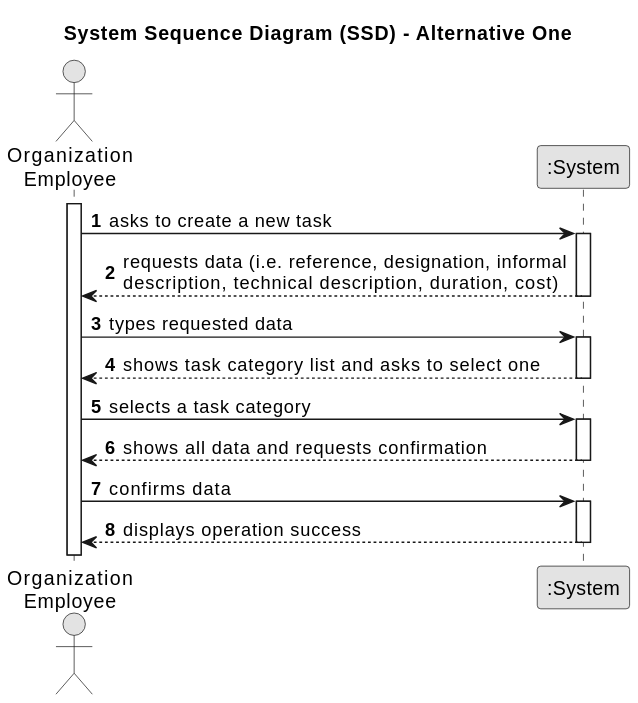
This is docs/sprintA&B/us011/01.requirements-engineering/svg/us011-system-sequence-diagram-alternative-one.svg from daniel41silva05/ISEP_2023_2024_LAPR2, a PlantUML export, as it was before one commit.
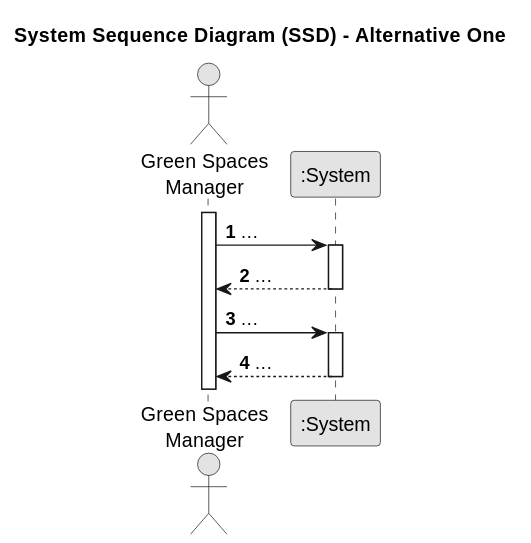
The same diagram one commit later.

What changed in the source:
```diff
@@ -7,32 +7,20 @@
 
 autonumber
 
-actor "Organization\nEmployee" as Employee
+actor "Green Spaces\nManager" as GSM
 participant ":System" as System
 
-activate Employee
+activate GSM
 
-    Employee -> System : asks to create a new task
+    GSM -> System : ...
     activate System
 
-        System --> Employee : requests data (i.e. reference, designation, informal\ndescription, technical description, duration, cost)
+        System --> GSM : ...
     deactivate System
 
-    Employee -> System : types requested data
+    GSM -> System : ...
     activate System
 
-        System --> Employee : shows task category list and asks to select one
-    deactivate System
-
-    Employee -> System : selects a task category
-    activate System
-
-        System --> Employee : shows all data and requests confirmation
-    deactivate System
-
-    Employee -> System : confirms data
-    activate System
-
-        System --> Employee : displays operation success
+        System --> GSM : ...
     deactivate System
 @enduml
```
